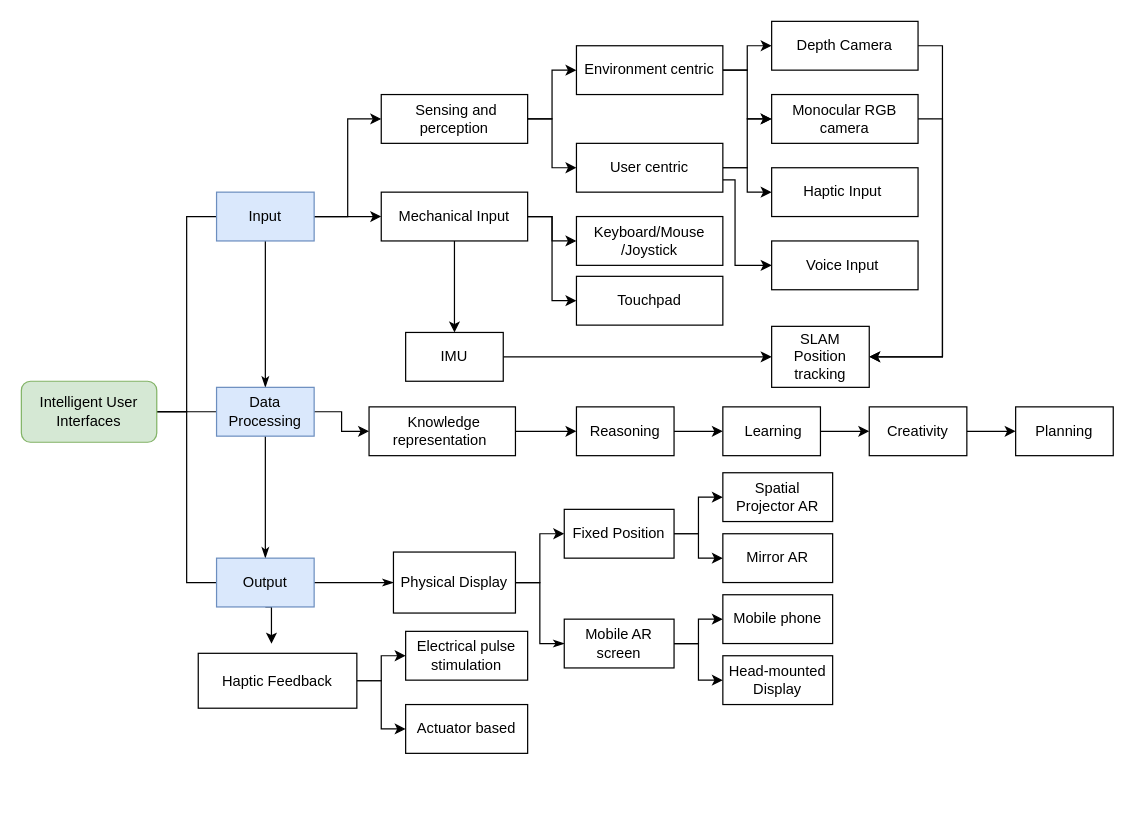
Earlier version of the draw.io diagram classifyIUI.drawio (kitylam9/Survey-on-Intelligent-user-interface-for-AugmentedReality). Source tidied: cells renumbered, new cells numbered last; positions are measured from the earlier drawing's top-left corner, leaving out a move shared by most shapes. Both pictures are drawn from the tidied source at 122%, with x=0, y=0 at pixel (21, 21).
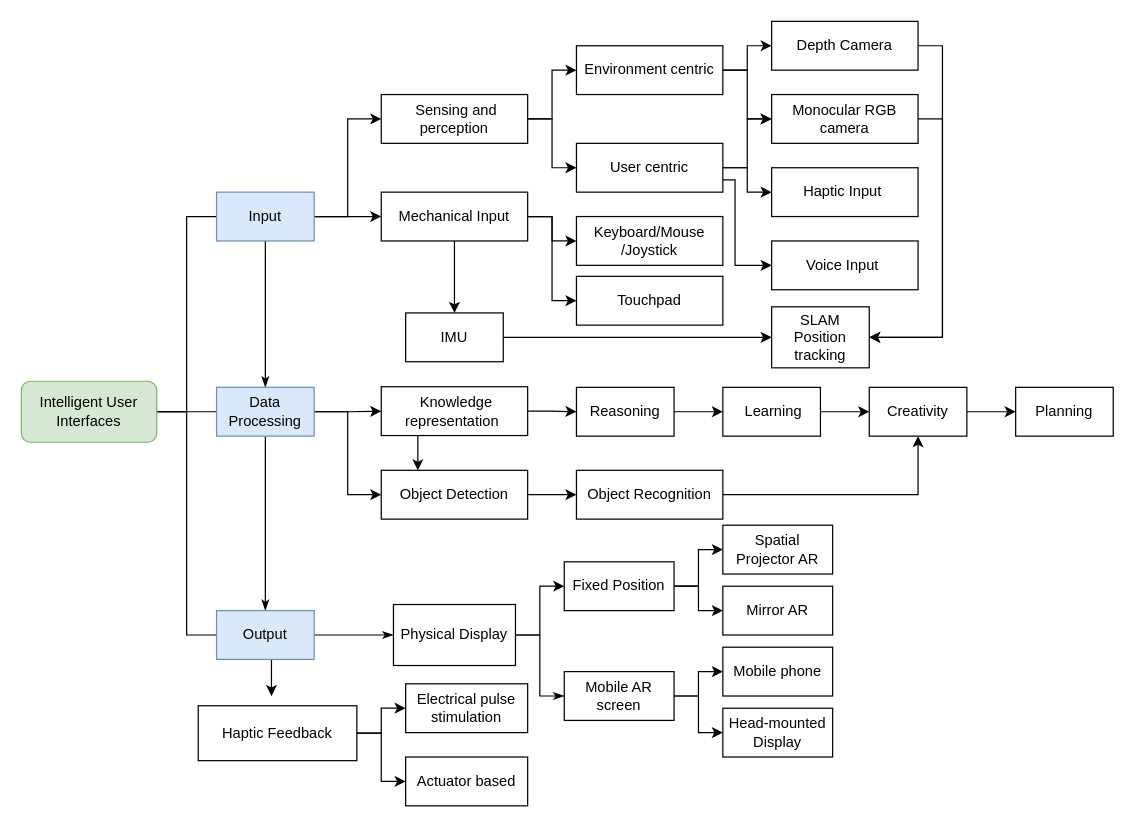
The same diagram, later.

The change refers to these unchanged cells:
```xml
<mxCell id="12" value="Data Processing" style="rounded=1;whiteSpace=wrap;html=1;fillColor=#dae8fc;strokeColor=#6c8ebf;arcSize=0;" parent="1" vertex="1">
  <mxGeometry x="160" y="300" width="80" height="40" as="geometry" />
</mxCell>
<mxCell id="54" value="Depth Camera" style="rounded=0;whiteSpace=wrap;html=1;" parent="1" vertex="1">
  <mxGeometry x="615" width="120" height="40" as="geometry" />
</mxCell>
```

Change to the diagram source:
```diff
@@
+    <mxCell id="68" style="edgeStyle=orthogonalEdgeStyle;rounded=0;jettySize=auto;html=1;exitX=1;exitY=0.5;exitDx=0;exitDy=0;entryX=0;entryY=0.5;entryDx=0;entryDy=0;" parent="1" edge="1" source="12" target="71">
+      <mxGeometry relative="1" as="geometry" />
+    </mxCell>
@@
     <mxCell id="14" style="edgeStyle=orthogonalEdgeStyle;rounded=0;jettySize=auto;html=1;exitX=0.5;exitY=1;exitDx=0;exitDy=0;entryX=0.5;entryY=0;entryDx=0;entryDy=0;" parent="1" edge="1" source="15">
       <mxGeometry relative="1" as="geometry">
-        <mxPoint x="205" y="510.1" as="targetPoint" />
+        <mxPoint x="205" y="553.1" as="targetPoint" />
       </mxGeometry>
     </mxCell>
     <mxCell id="15" value="Output" style="rounded=1;whiteSpace=wrap;html=1;fillColor=#dae8fc;strokeColor=#6c8ebf;arcSize=0;" parent="1" vertex="1">
-      <mxGeometry x="160" y="440" width="80" height="40" as="geometry" />
+      <mxGeometry x="160" y="483" width="80" height="40" as="geometry" />
     </mxCell>
@@
+    <mxCell id="69" style="edgeStyle=orthogonalEdgeStyle;rounded=0;jettySize=auto;html=1;exitX=0.25;exitY=1;exitDx=0;exitDy=0;entryX=0.25;entryY=0;entryDx=0;entryDy=0;" parent="1" edge="1" source="20" target="71">
+      <mxGeometry relative="1" as="geometry" />
+    </mxCell>
     <mxCell id="20" value="&amp;nbsp;Knowledge representation&amp;nbsp;" style="rounded=0;whiteSpace=wrap;html=1;" parent="1" vertex="1">
-      <mxGeometry x="285" y="316" width="120" height="40" as="geometry" />
+      <mxGeometry x="295" y="299.5" width="120" height="40" as="geometry" />
     </mxCell>
@@
     <mxCell id="22" value="Reasoning" style="rounded=0;whiteSpace=wrap;html=1;" parent="1" vertex="1">
-      <mxGeometry x="455" y="316" width="80" height="40" as="geometry" />
+      <mxGeometry x="455" y="300" width="80" height="40" as="geometry" />
     </mxCell>
@@
     <mxCell id="24" value="Creativity" style="rounded=0;whiteSpace=wrap;html=1;" parent="1" vertex="1">
-      <mxGeometry x="695" y="316" width="80" height="40" as="geometry" />
+      <mxGeometry x="695" y="300" width="80" height="40" as="geometry" />
     </mxCell>
@@
     <mxCell id="26" value="&lt;span&gt;&amp;nbsp;Learning&lt;/span&gt;" style="rounded=0;whiteSpace=wrap;html=1;" parent="1" vertex="1">
-      <mxGeometry x="575" y="316" width="80" height="40" as="geometry" />
+      <mxGeometry x="575" y="300" width="80" height="40" as="geometry" />
     </mxCell>
     <mxCell id="27" value="Planning" style="rounded=0;whiteSpace=wrap;html=1;" parent="1" vertex="1">
-      <mxGeometry x="815" y="316" width="80" height="40" as="geometry" />
+      <mxGeometry x="815" y="300" width="80" height="40" as="geometry" />
     </mxCell>
@@
     <mxCell id="30" value="Physical Display" style="rounded=0;whiteSpace=wrap;html=1;" parent="1" vertex="1">
-      <mxGeometry x="305" y="435" width="100" height="50" as="geometry" />
+      <mxGeometry x="305" y="478" width="100" height="50" as="geometry" />
     </mxCell>
@@
     <mxCell id="33" value="Fixed Position" style="rounded=0;whiteSpace=wrap;html=1;" parent="1" vertex="1">
-      <mxGeometry x="445" y="400" width="90" height="40" as="geometry" />
+      <mxGeometry x="445" y="443" width="90" height="40" as="geometry" />
     </mxCell>
@@
     <mxCell id="36" value="Mobile AR screen" style="rounded=0;whiteSpace=wrap;html=1;" parent="1" vertex="1">
-      <mxGeometry x="445" y="490" width="90" height="40" as="geometry" />
+      <mxGeometry x="445" y="533" width="90" height="40" as="geometry" />
     </mxCell>
     <mxCell id="37" value="Spatial Projector AR" style="rounded=0;whiteSpace=wrap;html=1;" parent="1" vertex="1">
-      <mxGeometry x="575" y="370" width="90" height="40" as="geometry" />
+      <mxGeometry x="575" y="413" width="90" height="40" as="geometry" />
     </mxCell>
     <mxCell id="38" value="Mirror AR" style="rounded=0;whiteSpace=wrap;html=1;" parent="1" vertex="1">
-      <mxGeometry x="575" y="420" width="90" height="40" as="geometry" />
+      <mxGeometry x="575" y="463" width="90" height="40" as="geometry" />
     </mxCell>
     <mxCell id="39" value="Mobile phone" style="rounded=0;whiteSpace=wrap;html=1;" parent="1" vertex="1">
-      <mxGeometry x="575" y="470" width="90" height="40" as="geometry" />
+      <mxGeometry x="575" y="513" width="90" height="40" as="geometry" />
     </mxCell>
     <mxCell id="40" value="Head-mounted Display" style="rounded=0;whiteSpace=wrap;html=1;" parent="1" vertex="1">
-      <mxGeometry x="575" y="520" width="90" height="40" as="geometry" />
+      <mxGeometry x="575" y="563" width="90" height="40" as="geometry" />
     </mxCell>
@@
     <mxCell id="47" value="Haptic Feedback" style="rounded=0;whiteSpace=wrap;html=1;" parent="1" vertex="1">
-      <mxGeometry x="145" y="518" width="130" height="45" as="geometry" />
+      <mxGeometry x="145" y="561" width="130" height="45" as="geometry" />
     </mxCell>
     <mxCell id="48" value="Actuator based" style="rounded=0;whiteSpace=wrap;html=1;" parent="1" vertex="1">
-      <mxGeometry x="315" y="560" width="100" height="40" as="geometry" />
+      <mxGeometry x="315" y="603" width="100" height="40" as="geometry" />
     </mxCell>
     <mxCell id="49" value="Electrical pulse stimulation" style="rounded=0;whiteSpace=wrap;html=1;" parent="1" vertex="1">
-      <mxGeometry x="315" y="500" width="100" height="40" as="geometry" />
+      <mxGeometry x="315" y="543" width="100" height="40" as="geometry" />
     </mxCell>
@@
     <mxCell id="53" style="edgeStyle=orthogonalEdgeStyle;rounded=0;jettySize=auto;html=1;exitX=1;exitY=0.5;exitDx=0;exitDy=0;" parent="1" edge="1" source="54" target="67">
       <mxGeometry relative="1" as="geometry">
         <Array as="points">
           <mxPoint x="755" y="20" />
-          <mxPoint x="755" y="275" />
+          <mxPoint x="755" y="259" />
         </Array>
       </mxGeometry>
     </mxCell>
@@
     <mxCell id="66" value="IMU&lt;br&gt;" style="rounded=0;whiteSpace=wrap;html=1;" parent="1" vertex="1">
-      <mxGeometry x="315" y="255" width="80" height="40" as="geometry" />
+      <mxGeometry x="315" y="239" width="80" height="40" as="geometry" />
     </mxCell>
     <mxCell id="67" value="SLAM Position tracking" style="rounded=0;whiteSpace=wrap;html=1;" parent="1" vertex="1">
-      <mxGeometry x="615" y="250" width="80" height="50" as="geometry" />
+      <mxGeometry x="615" y="234" width="80" height="50" as="geometry" />
     </mxCell>
+    <mxCell id="70" style="edgeStyle=orthogonalEdgeStyle;rounded=0;jettySize=auto;html=1;exitX=1;exitY=0.5;exitDx=0;exitDy=0;entryX=0;entryY=0.5;entryDx=0;entryDy=0;" parent="1" edge="1" source="71" target="73">
+      <mxGeometry relative="1" as="geometry" />
+    </mxCell>
+    <mxCell id="71" value="Object Detection" style="rounded=0;whiteSpace=wrap;html=1;" parent="1" vertex="1">
+      <mxGeometry x="295" y="368" width="120" height="40" as="geometry" />
+    </mxCell>
+    <mxCell id="72" style="edgeStyle=orthogonalEdgeStyle;rounded=0;jettySize=auto;html=1;exitX=1;exitY=0.5;exitDx=0;exitDy=0;entryX=0.5;entryY=1;entryDx=0;entryDy=0;" parent="1" edge="1" source="73" target="24">
+      <mxGeometry relative="1" as="geometry" />
+    </mxCell>
+    <mxCell id="73" value="Object Recognition" style="rounded=0;whiteSpace=wrap;html=1;" parent="1" vertex="1">
+      <mxGeometry x="455" y="368" width="120" height="40" as="geometry" />
+    </mxCell>
```
